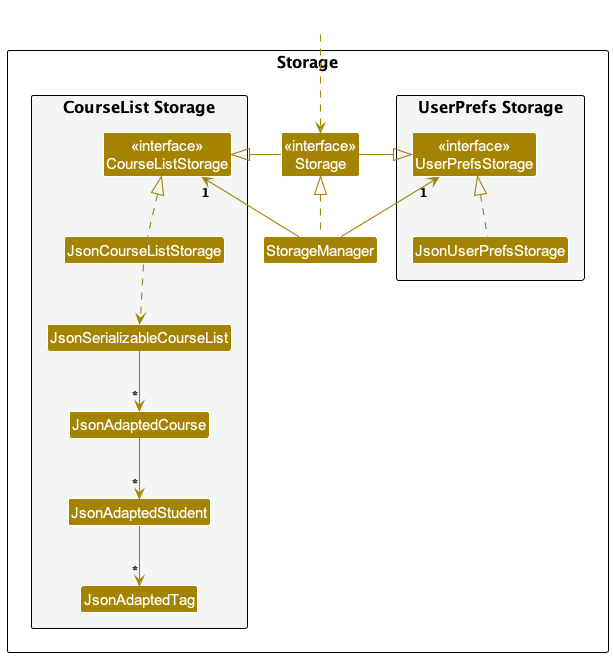
Above: docs/images/StorageClassDiagram.png in tiongjjyi/tp (PlantUML), before the change. Source of this version:
```plantuml
@startuml
!include style.puml
skinparam arrowThickness 1.1
skinparam arrowColor STORAGE_COLOR
skinparam classBackgroundColor STORAGE_COLOR

Class HiddenOutside #FFFFFF

package Storage as StoragePackage {

package "UserPrefs Storage" #F4F6F6{
Class "<<interface>>\nUserPrefsStorage" as UserPrefsStorage
Class JsonUserPrefsStorage
}

Class "<<interface>>\nStorage" as Storage
Class StorageManager

package "CourseList Storage" #F4F6F6{
Class "<<interface>>\nCourseListStorage" as CourseListStorage
Class JsonCourseListStorage
Class JsonSerializableCourseList
Class JsonAdaptedCourse
Class JsonAdaptedStudent
Class JsonAdaptedTag
}

}

HiddenOutside ..> Storage
StorageManager .up.|> Storage
StorageManager -up-> "1" UserPrefsStorage
StorageManager -up-> "1" CourseListStorage

Storage -left-|> UserPrefsStorage
Storage -right-|> CourseListStorage

JsonUserPrefsStorage .up.|> UserPrefsStorage
JsonCourseListStorage .up.|> CourseListStorage
JsonCourseListStorage ..> JsonSerializableCourseList
JsonSerializableCourseList --> "*" JsonAdaptedCourse
JsonAdaptedCourse --> "*" JsonAdaptedStudent
JsonAdaptedStudent --> "*" JsonAdaptedTag

@enduml
```
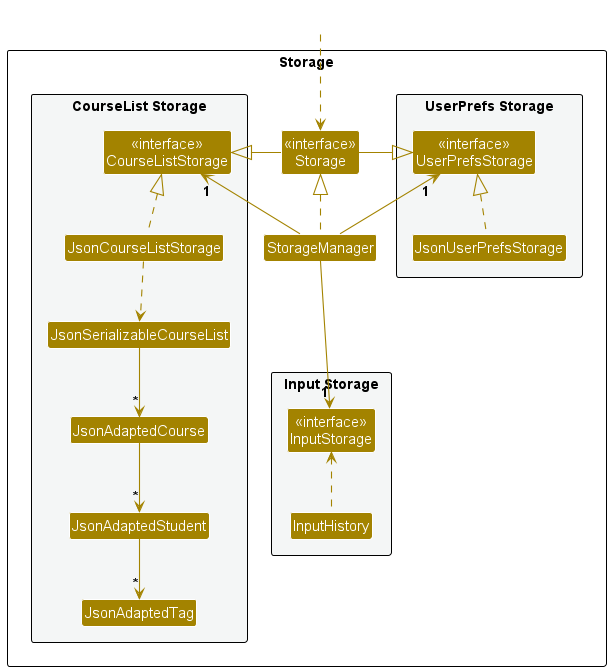
Later version of the same file.

Change to the diagram source:
```diff
@@ -8,7 +8,7 @@
 
 package Storage as StoragePackage {
 
-package "UserPrefs Storage" #F4F6F6{
+package "UserPrefs Storage" #F4F6F6 {
 Class "<<interface>>\nUserPrefsStorage" as UserPrefsStorage
 Class JsonUserPrefsStorage
 }
@@ -16,7 +16,7 @@
 Class "<<interface>>\nStorage" as Storage
 Class StorageManager
 
-package "CourseList Storage" #F4F6F6{
+package "CourseList Storage" #F4F6F6 {
 Class "<<interface>>\nCourseListStorage" as CourseListStorage
 Class JsonCourseListStorage
 Class JsonSerializableCourseList
@@ -25,12 +25,18 @@
 Class JsonAdaptedTag
 }
 
+package "Input Storage" #F4F6F6 {
+Class "<<interface>>\nInputStorage" as InputStorage
+Class InputHistory
+}
+
 }
 
 HiddenOutside ..> Storage
 StorageManager .up.|> Storage
 StorageManager -up-> "1" UserPrefsStorage
 StorageManager -up-> "1" CourseListStorage
+StorageManager --down-> "1" InputStorage
 
 Storage -left-|> UserPrefsStorage
 Storage -right-|> CourseListStorage
@@ -42,4 +48,6 @@
 JsonAdaptedCourse --> "*" JsonAdaptedStudent
 JsonAdaptedStudent --> "*" JsonAdaptedTag
 
+InputHistory .up.> InputStorage
+
 @enduml
```
